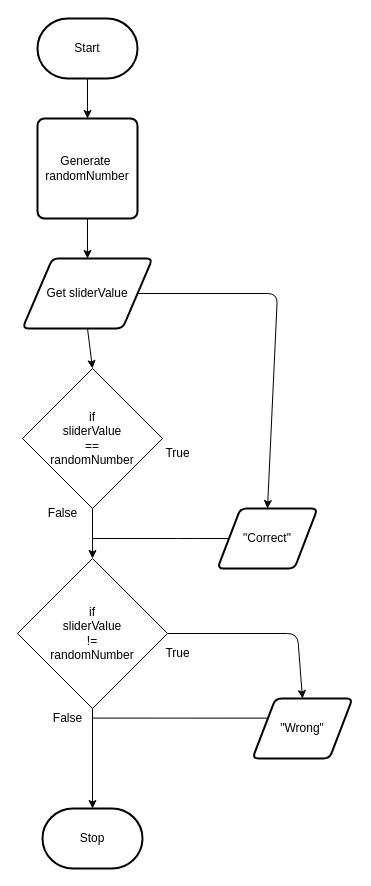
This is design/flowchart.drawio from MTHS-ICD2O-1-2023/ICD2O-Unit-5-02-manya-feng, a draw.io file, before an edit. Source tidied: cells renumbered, new cells numbered last; positions are measured from the earlier drawing's top-left corner, leaving out a move shared by most shapes. Both pictures are drawn from the tidied source at 100%, with x=0, y=0 at pixel (17, 18).
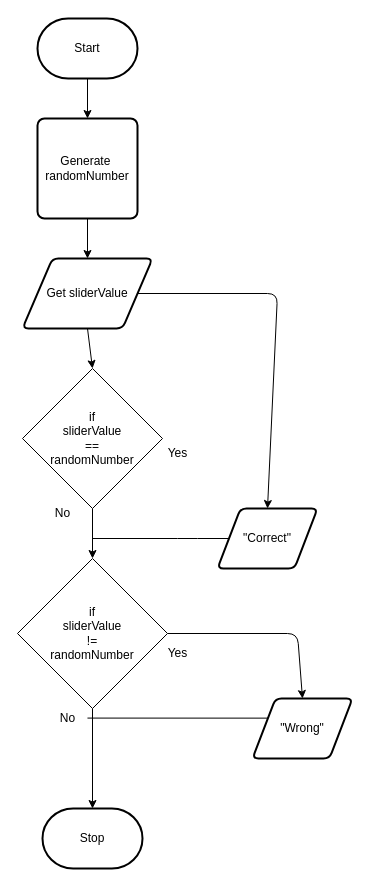
Above is the later version.

What changed in the source:
```diff
@@
-    <mxCell id="13" value="True" style="text;html=1;align=center;verticalAlign=middle;strokeColor=none;fillColor=none;" parent="1" vertex="1">
-      <mxGeometry x="135" y="420" width="50" height="30" as="geometry" />
+    <mxCell id="13" value="Yes" style="text;html=1;align=center;verticalAlign=middle;strokeColor=none;fillColor=none;" parent="1" vertex="1">
+      <mxGeometry x="140" y="420" width="40" height="30" as="geometry" />
     </mxCell>
@@
-    <mxCell id="18" value="False" style="text;html=1;align=center;verticalAlign=middle;strokeColor=none;fillColor=none;" parent="1" vertex="1">
-      <mxGeometry x="20" y="480" width="50" height="30" as="geometry" />
+    <mxCell id="18" value="No" style="text;html=1;align=center;verticalAlign=middle;strokeColor=none;fillColor=none;" parent="1" vertex="1">
+      <mxGeometry x="25" y="480" width="40" height="30" as="geometry" />
     </mxCell>
@@
-    <mxCell id="20" value="False" style="text;html=1;align=center;verticalAlign=middle;points=[];strokeColor=none;fillColor=none;" parent="1" vertex="1">
-      <mxGeometry x="25" y="685" width="50" height="30" as="geometry" />
+    <mxCell id="20" value="No" style="text;html=1;align=center;verticalAlign=middle;points=[];strokeColor=none;fillColor=none;" parent="1" vertex="1">
+      <mxGeometry x="30" y="685" width="40" height="30" as="geometry" />
     </mxCell>
-    <mxCell id="21" value="True" style="text;html=1;align=center;verticalAlign=middle;strokeColor=none;fillColor=none;" parent="1" vertex="1">
-      <mxGeometry x="135" y="620" width="50" height="30" as="geometry" />
+    <mxCell id="21" value="Yes" style="text;html=1;align=center;verticalAlign=middle;strokeColor=none;fillColor=none;" parent="1" vertex="1">
+      <mxGeometry x="140" y="620" width="40" height="30" as="geometry" />
     </mxCell>
```
